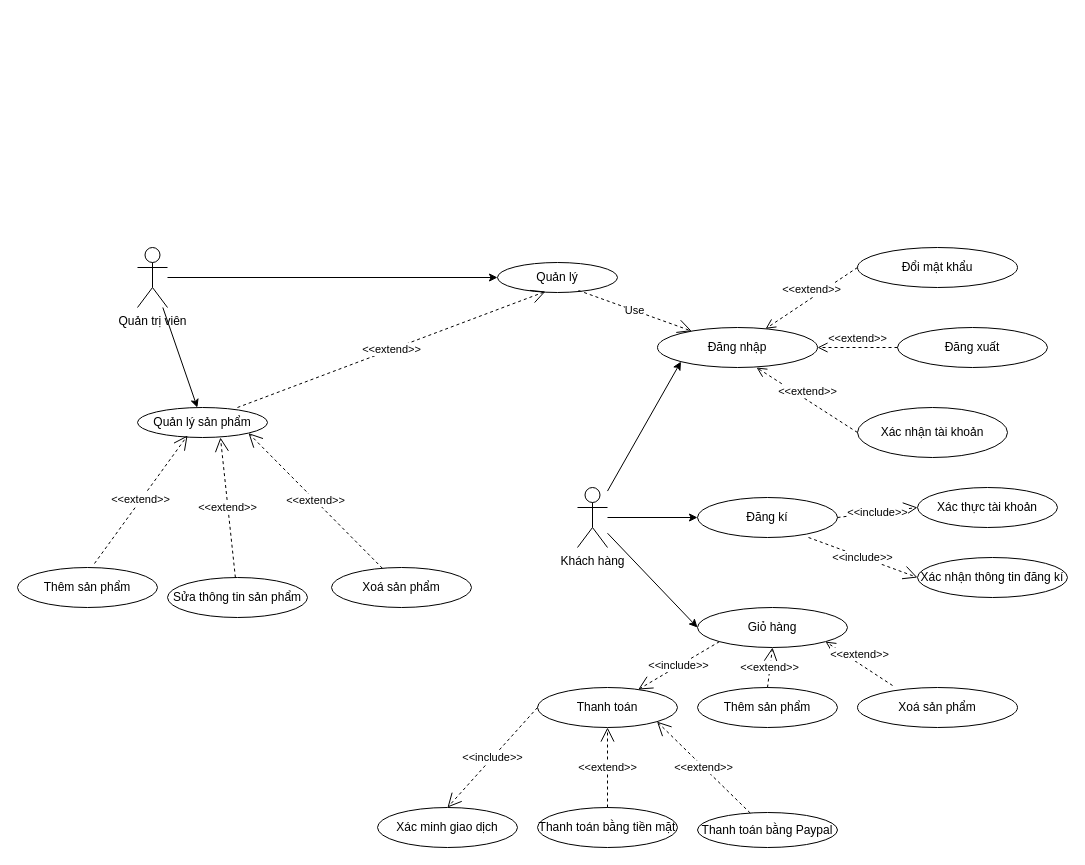
The draw.io diagram page "use case tổng quát" (1 of 22) of Biểu đồ không có tiêu đề.drawio in anhduy7723/api_auth, before the edit. Source tidied: cells renumbered, new cells numbered last; positions are measured from the earlier drawing's top-left corner, leaving out a move shared by most shapes. Both pictures are drawn from the tidied source at 100%, with x=0, y=0 at pixel (17, 247).
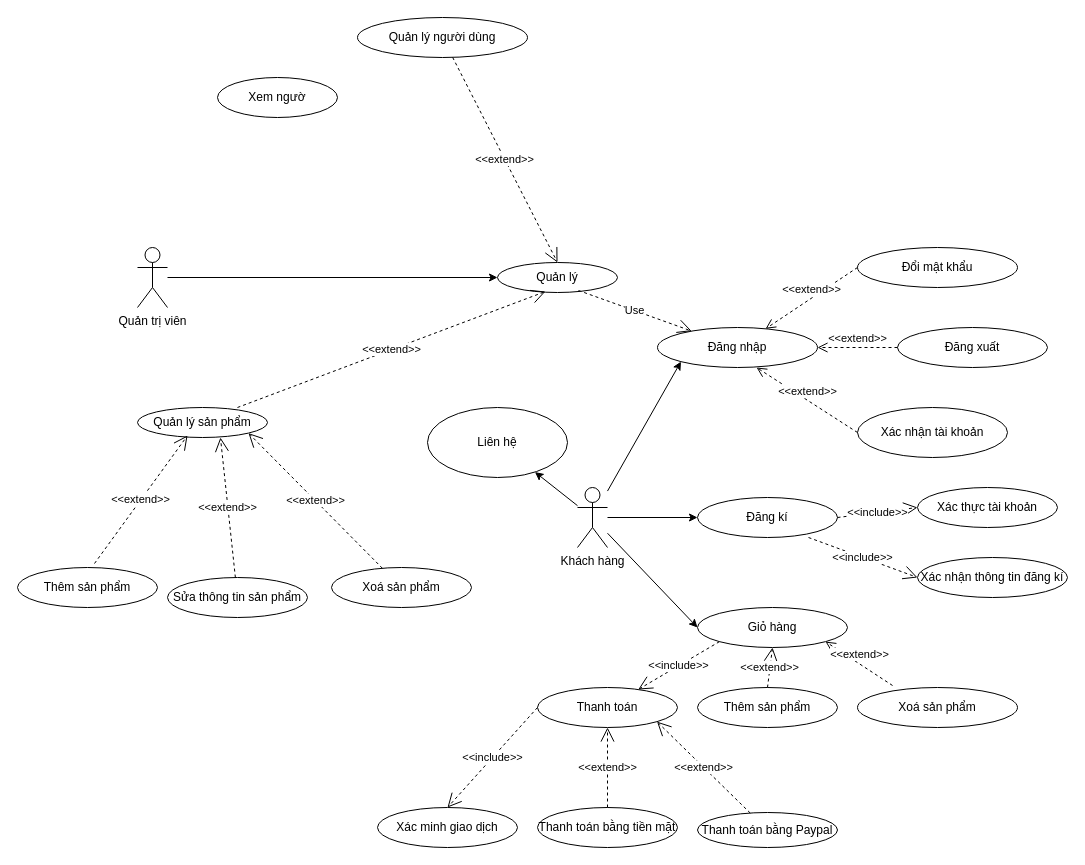
The same diagram, later.

The change refers to these unchanged cells:
```xml
<mxCell id="4" value="Quản trị viên" style="shape=umlActor;verticalLabelPosition=bottom;verticalAlign=top;html=1;outlineConnect=0;" parent="1" vertex="1">
  <mxGeometry x="120" width="30" height="60" as="geometry" />
</mxCell>
<mxCell id="5" value="Quản lý" style="ellipse;whiteSpace=wrap;html=1;" parent="1" vertex="1">
  <mxGeometry x="480" y="15" width="120" height="30" as="geometry" />
</mxCell>
<mxCell id="6" value="Quản lý sản phẩm" style="ellipse;whiteSpace=wrap;html=1;" parent="1" vertex="1">
  <mxGeometry x="120" y="160" width="130" height="30" as="geometry" />
</mxCell>
<mxCell id="25" value="Khách hàng" style="shape=umlActor;verticalLabelPosition=bottom;verticalAlign=top;html=1;" parent="1" vertex="1">
  <mxGeometry x="560" y="240" width="30" height="60" as="geometry" />
</mxCell>
```

Change to the diagram source:
```diff
@@
-    <mxCell id="3" style="edgeStyle=none;rounded=0;jettySize=auto;html=1;" parent="1" edge="1" source="4" target="6">
-      <mxGeometry relative="1" as="geometry" />
-    </mxCell>
@@
+    <mxCell id="44" style="edgeStyle=none;rounded=0;jettySize=auto;html=1;" parent="1" edge="1" source="25" target="45">
+      <mxGeometry relative="1" as="geometry" />
+    </mxCell>
@@
+    <mxCell id="45" value="Liên hệ" style="ellipse;whiteSpace=wrap;html=1;" parent="1" vertex="1">
+      <mxGeometry x="410" y="160" width="140" height="70" as="geometry" />
+    </mxCell>
+    <mxCell id="46" value="Quản lý người dùng" style="ellipse;whiteSpace=wrap;html=1;" parent="1" vertex="1">
+      <mxGeometry x="340" y="-230" width="170" height="40" as="geometry" />
+    </mxCell>
+    <mxCell id="47" value="&amp;lt;&amp;lt;extend&amp;gt;&amp;gt;" style="endArrow=open;endSize=12;dashed=1;html=1;rounded=0;entryX=0.5;entryY=0;entryDx=0;entryDy=0;" parent="1" edge="1" source="46" target="5">
+      <mxGeometry relative="1" as="geometry" />
+    </mxCell>
+    <mxCell id="48" value="Xem ngườ" style="ellipse;whiteSpace=wrap;html=1;" parent="1" vertex="1">
+      <mxGeometry x="200" y="-170" width="120" height="40" as="geometry" />
+    </mxCell>
```
